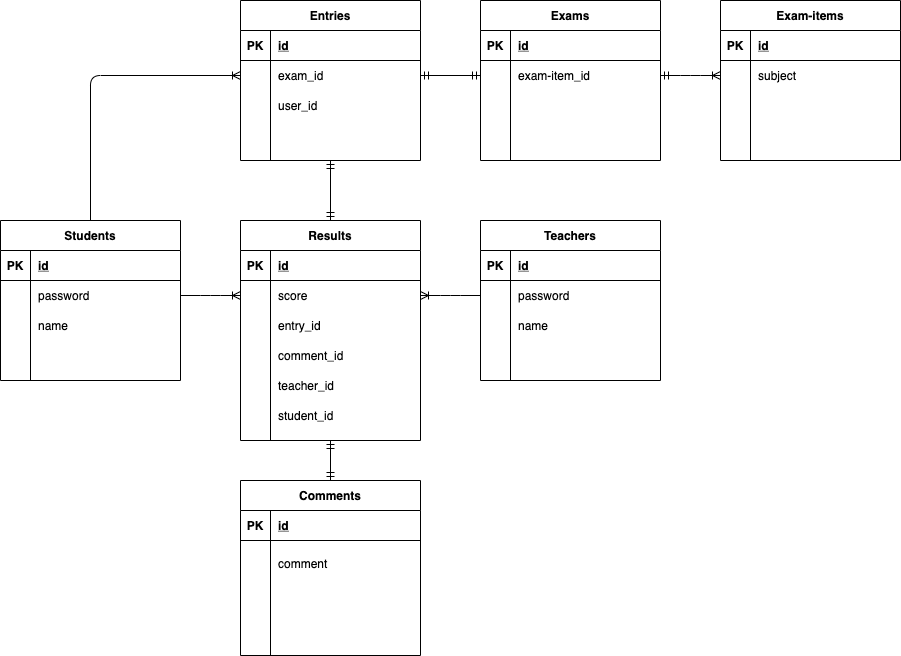
Before: sample.drawio.png, a diagram exported from draw.io (takichee/coachtech-practice-er). Source tidied: cells renumbered, new cells last; positions are measured from the earlier drawing's top-left corner, leaving out a move shared by most shapes.
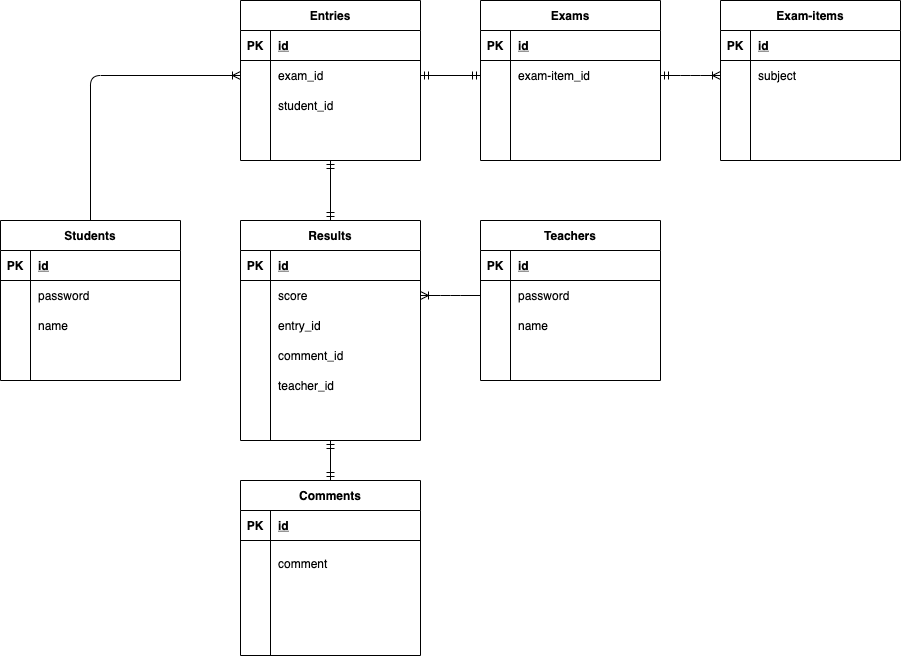
The same diagram one commit later.

Commit message:
ResultsとStudentsのリレーションを削除

The edit, as a diff of the source:
```diff
@@ -95,7 +95,7 @@
     <mxCell id="32" style="shape=partialRectangle;fillColor=none;top=0;left=0;bottom=0;right=0;overflow=hidden;" parent="31" vertex="1">
       <mxGeometry width="30" height="30" as="geometry" />
     </mxCell>
-    <mxCell id="33" value="student_id" style="shape=partialRectangle;fillColor=none;top=0;left=0;bottom=0;right=0;align=left;spacingLeft=6;overflow=hidden;" parent="31" vertex="1">
+    <mxCell id="33" style="shape=partialRectangle;fillColor=none;top=0;left=0;bottom=0;right=0;align=left;spacingLeft=6;overflow=hidden;" parent="31" vertex="1">
       <mxGeometry x="30" width="150" height="30" as="geometry" />
     </mxCell>
     <mxCell id="34" value="Entries" style="shape=table;startSize=30;rowLines=0;fontStyle=1;align=center;" parent="1" vertex="1">
@@ -125,7 +125,7 @@
     <mxCell id="42" style="shape=partialRectangle;fillColor=none;top=0;left=0;bottom=0;right=0;overflow=hidden;" parent="41" vertex="1">
       <mxGeometry width="30" height="30" as="geometry" />
     </mxCell>
-    <mxCell id="43" value="user_id" style="shape=partialRectangle;fillColor=none;top=0;left=0;bottom=0;right=0;align=left;spacingLeft=6;overflow=hidden;" parent="41" vertex="1">
+    <mxCell id="43" value="student_id" style="shape=partialRectangle;fillColor=none;top=0;left=0;bottom=0;right=0;align=left;spacingLeft=6;overflow=hidden;" parent="41" vertex="1">
       <mxGeometry x="30" width="150" height="30" as="geometry" />
     </mxCell>
     <mxCell id="44" style="shape=partialRectangle;fillColor=none;top=0;left=0;bottom=0;right=0;" parent="34" vertex="1">
@@ -307,9 +307,6 @@
         <mxPoint x="330" y="440" as="targetPoint" />
       </mxGeometry>
     </mxCell>
-    <mxCell id="103" style="edgeStyle=entityRelationEdgeStyle;fontSize=12;html=1;endArrow=ERoneToMany;exitX=1;exitY=0.5;exitDx=0;exitDy=0;entryX=0;entryY=0.5;entryDx=0;entryDy=0;" parent="1" edge="1" source="6" target="19">
-      <mxGeometry relative="1" as="geometry" />
-    </mxCell>
     <mxCell id="104" style="edgeStyle=orthogonalEdgeStyle;fontSize=12;html=1;endArrow=ERoneToMany;exitX=0.5;exitY=0;exitDx=0;exitDy=0;entryX=0;entryY=0.5;entryDx=0;entryDy=0;" parent="1" edge="1" source="2" target="38">
       <mxGeometry relative="1" as="geometry" />
     </mxCell>
```
